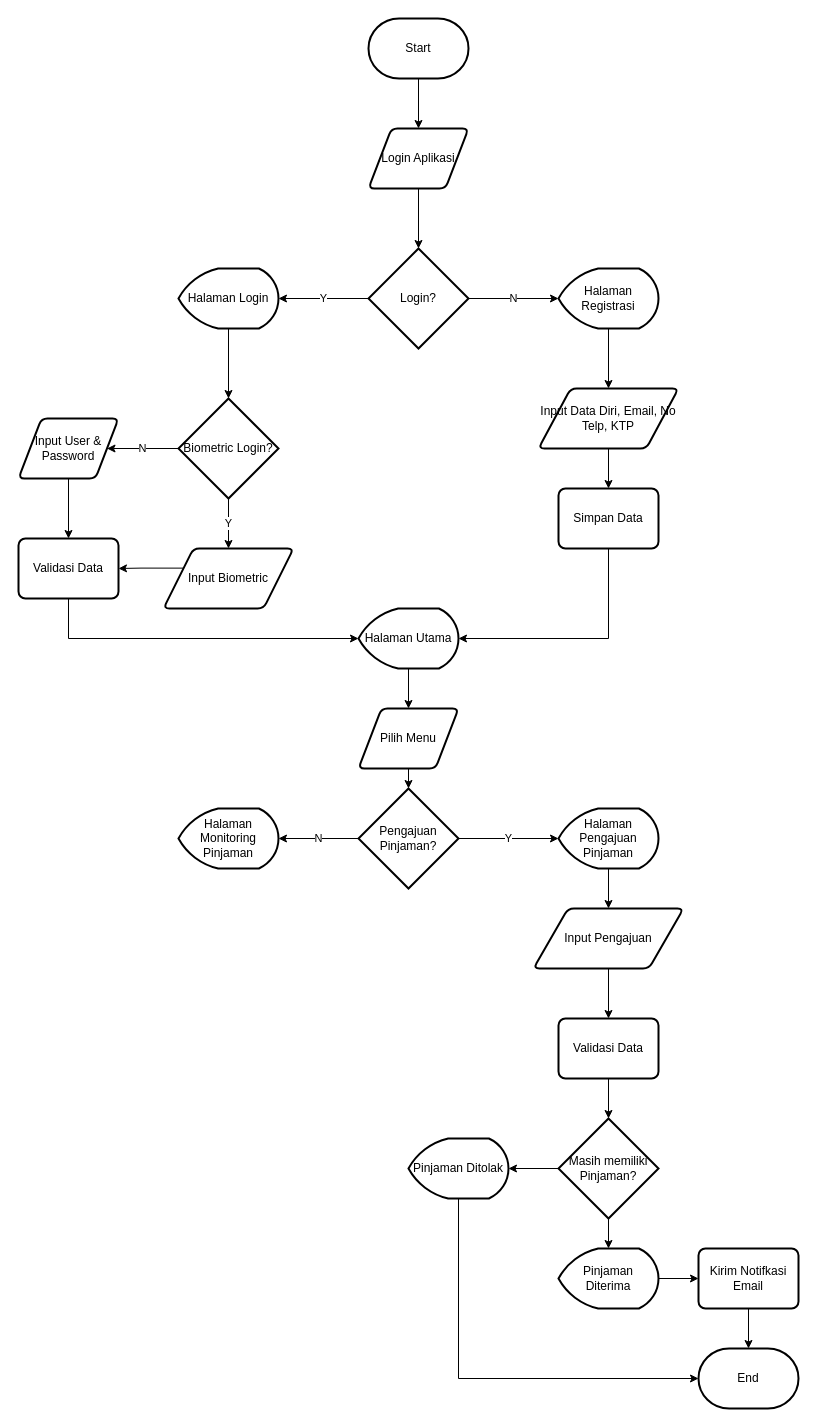
Before: flowchart.drawio in didotcurse/living_by_mandiri, a draw.io diagram. Source tidied: cells renumbered, new cells numbered last; positions are measured from the earlier drawing's top-left corner, leaving out a move shared by most shapes. Both pictures are drawn from the tidied source at 100%, with x=0, y=0 at pixel (18, 18).
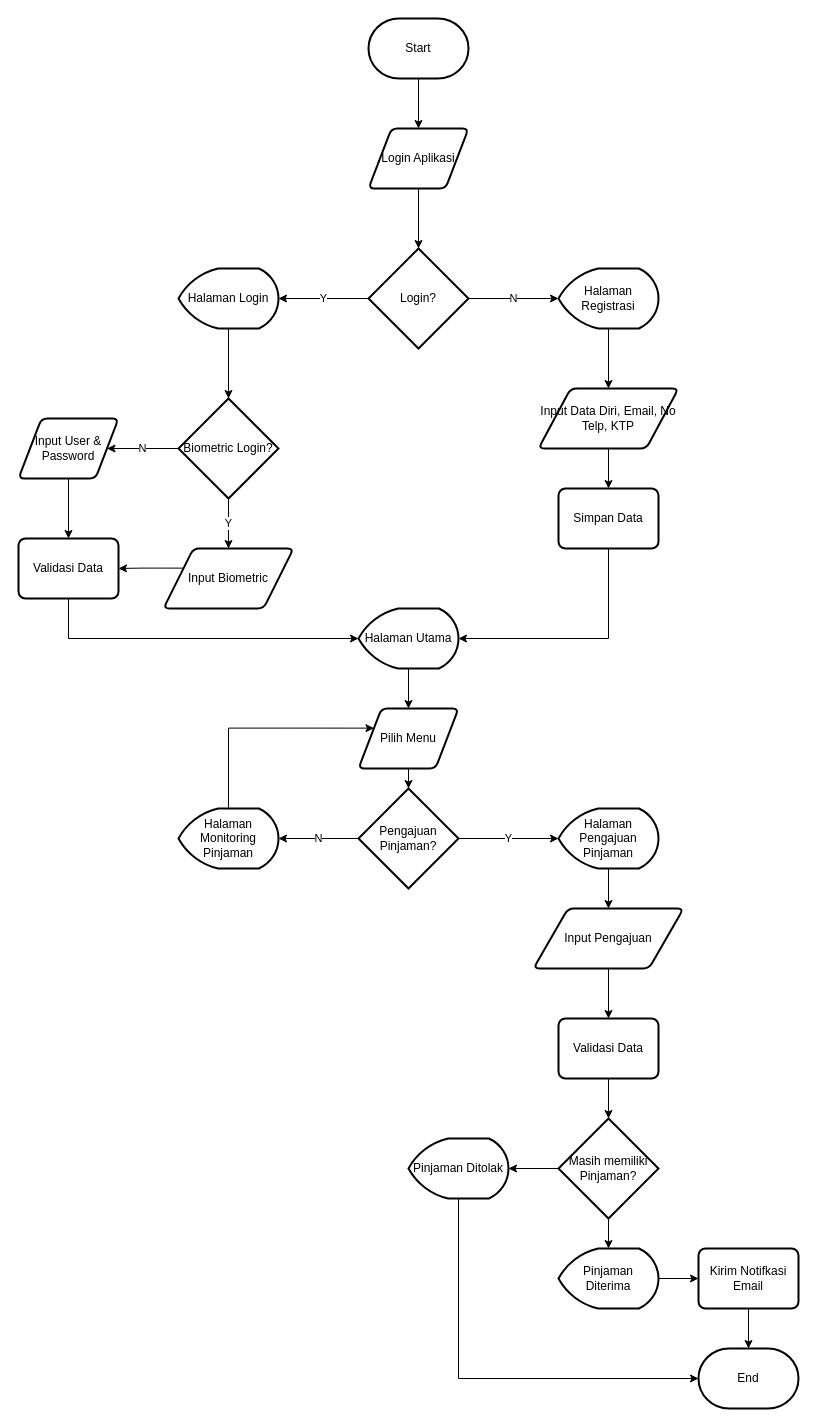
Above is the later version.

The change refers to these unchanged cells:
```xml
<mxCell id="29" value="Pilih Menu" style="shape=parallelogram;html=1;strokeWidth=2;perimeter=parallelogramPerimeter;whiteSpace=wrap;rounded=1;arcSize=12;size=0.23;" parent="1" vertex="1">
  <mxGeometry x="340" y="690" width="100" height="60" as="geometry" />
</mxCell>
<mxCell id="33" value="Halaman Monitoring Pinjaman" style="strokeWidth=2;html=1;shape=mxgraph.flowchart.display;whiteSpace=wrap;" parent="1" vertex="1">
  <mxGeometry x="160" y="790" width="100" height="60" as="geometry" />
</mxCell>
```

The edit, as a diff of the source:
```diff
@@
+    <mxCell id="50" style="edgeStyle=orthogonalEdgeStyle;rounded=0;jettySize=auto;html=1;exitX=0.5;exitY=0;exitDx=0;exitDy=0;exitPerimeter=0;entryX=0;entryY=0.25;entryDx=0;entryDy=0;" parent="1" edge="1" source="33" target="29">
+      <mxGeometry relative="1" as="geometry">
+        <Array as="points">
+          <mxPoint x="210" y="710" />
+        </Array>
+      </mxGeometry>
+    </mxCell>
```
